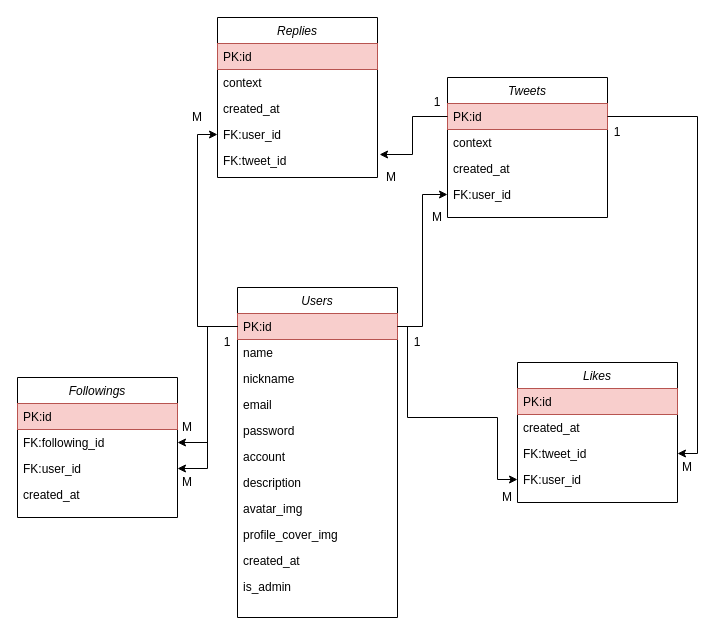
heidichen90/git-demo keeps this draw.io diagram as Twitter.drawio. Above is the earlier version. Source tidied: cells renumbered, new cells numbered last; positions are measured from the earlier drawing's top-left corner, leaving out a move shared by most shapes. Both pictures are drawn from the tidied source at 100%, with x=0, y=0 at pixel (17, 17).
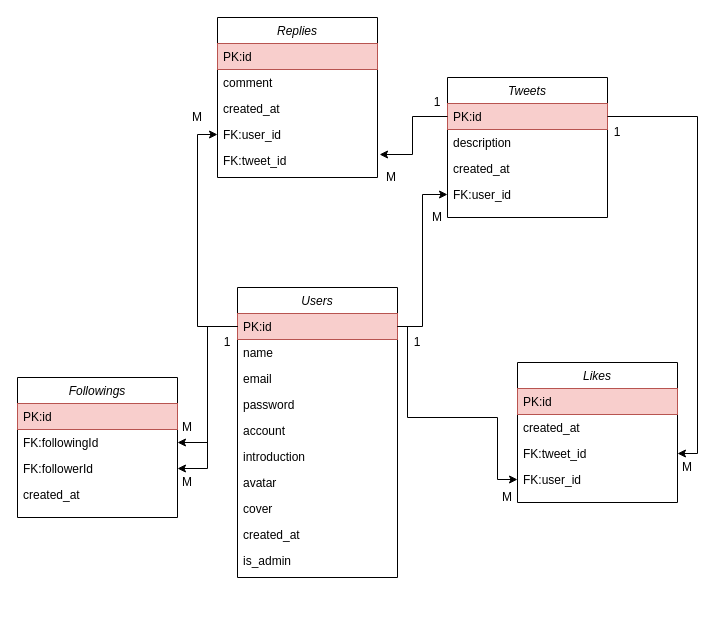
After the change.

Unchanged cells that the change refers to:
```xml
<mxCell id="2" value="Replies" style="swimlane;fontStyle=2;align=center;verticalAlign=top;horizontal=1;startSize=26;rounded=0;shadow=0;strokeWidth=1;fontColor=default;fillColor=default;strokeColor=default;" parent="1" vertex="1">
  <mxGeometry x="200" width="160" height="160" as="geometry" />
</mxCell>
<mxCell id="13" value="Tweets" style="swimlane;fontStyle=2;align=center;verticalAlign=top;horizontal=1;startSize=26;rounded=0;shadow=0;strokeWidth=1;fontColor=default;fillColor=default;strokeColor=default;" parent="1" vertex="1">
  <mxGeometry x="430" y="60" width="160" height="140" as="geometry" />
</mxCell>
<mxCell id="34" value="Followings" style="swimlane;fontStyle=2;align=center;verticalAlign=top;horizontal=1;startSize=26;rounded=0;shadow=0;strokeWidth=1;fontColor=default;fillColor=default;strokeColor=default;" parent="1" vertex="1">
  <mxGeometry y="360" width="160" height="140" as="geometry" />
</mxCell>
```

What changed in the source:
```diff
@@
-    <mxCell id="4" value="context" style="text;align=left;verticalAlign=top;spacingLeft=4;spacingRight=4;overflow=hidden;rounded=0;shadow=0;html=0;fontColor=default;" parent="2" vertex="1">
+    <mxCell id="4" value="comment" style="text;align=left;verticalAlign=top;spacingLeft=4;spacingRight=4;overflow=hidden;rounded=0;shadow=0;html=0;fontColor=default;" parent="2" vertex="1">
       <mxGeometry y="52" width="160" height="26" as="geometry" />
     </mxCell>
@@
-    <mxCell id="15" value="context" style="text;align=left;verticalAlign=top;spacingLeft=4;spacingRight=4;overflow=hidden;fontColor=default;" parent="13" vertex="1">
+    <mxCell id="15" value="description" style="text;align=left;verticalAlign=top;spacingLeft=4;spacingRight=4;overflow=hidden;fontColor=default;" parent="13" vertex="1">
       <mxGeometry y="52" width="160" height="26" as="geometry" />
     </mxCell>
@@
     <mxCell id="18" value="Users" style="swimlane;fontStyle=2;align=center;verticalAlign=top;horizontal=1;startSize=26;rounded=0;shadow=0;strokeWidth=1;fontColor=default;fillColor=default;strokeColor=default;" parent="1" vertex="1">
-      <mxGeometry x="220" y="270" width="160" height="330" as="geometry" />
+      <mxGeometry x="220" y="270" width="160" height="290" as="geometry" />
     </mxCell>
@@
-    <mxCell id="21" value="nickname" style="text;align=left;verticalAlign=top;spacingLeft=4;spacingRight=4;overflow=hidden;fontColor=default;" parent="18" vertex="1">
-      <mxGeometry y="78" width="160" height="26" as="geometry" />
-    </mxCell>
     <mxCell id="22" value="email" style="text;align=left;verticalAlign=top;spacingLeft=4;spacingRight=4;overflow=hidden;fontColor=default;" parent="18" vertex="1">
-      <mxGeometry y="104" width="160" height="26" as="geometry" />
+      <mxGeometry y="78" width="160" height="26" as="geometry" />
     </mxCell>
     <mxCell id="23" value="password" style="text;align=left;verticalAlign=top;spacingLeft=4;spacingRight=4;overflow=hidden;fontColor=default;" parent="18" vertex="1">
-      <mxGeometry y="130" width="160" height="26" as="geometry" />
+      <mxGeometry y="104" width="160" height="26" as="geometry" />
     </mxCell>
     <mxCell id="24" value="account" style="text;align=left;verticalAlign=top;spacingLeft=4;spacingRight=4;overflow=hidden;fontColor=default;" parent="18" vertex="1">
-      <mxGeometry y="156" width="160" height="26" as="geometry" />
+      <mxGeometry y="130" width="160" height="26" as="geometry" />
     </mxCell>
-    <mxCell id="25" value="description" style="text;align=left;verticalAlign=top;spacingLeft=4;spacingRight=4;overflow=hidden;fontColor=default;" parent="18" vertex="1">
-      <mxGeometry y="182" width="160" height="26" as="geometry" />
+    <mxCell id="25" value="introduction" style="text;align=left;verticalAlign=top;spacingLeft=4;spacingRight=4;overflow=hidden;fontColor=default;" parent="18" vertex="1">
+      <mxGeometry y="156" width="160" height="26" as="geometry" />
     </mxCell>
-    <mxCell id="26" value="avatar_img" style="text;align=left;verticalAlign=top;spacingLeft=4;spacingRight=4;overflow=hidden;fontColor=default;" parent="18" vertex="1">
-      <mxGeometry y="208" width="160" height="26" as="geometry" />
+    <mxCell id="26" value="avatar" style="text;align=left;verticalAlign=top;spacingLeft=4;spacingRight=4;overflow=hidden;fontColor=default;" parent="18" vertex="1">
+      <mxGeometry y="182" width="160" height="26" as="geometry" />
     </mxCell>
-    <mxCell id="27" value="profile_cover_img" style="text;align=left;verticalAlign=top;spacingLeft=4;spacingRight=4;overflow=hidden;fontColor=default;" parent="18" vertex="1">
-      <mxGeometry y="234" width="160" height="26" as="geometry" />
+    <mxCell id="27" value="cover" style="text;align=left;verticalAlign=top;spacingLeft=4;spacingRight=4;overflow=hidden;fontColor=default;" parent="18" vertex="1">
+      <mxGeometry y="208" width="160" height="26" as="geometry" />
     </mxCell>
     <mxCell id="28" value="created_at" style="text;align=left;verticalAlign=top;spacingLeft=4;spacingRight=4;overflow=hidden;fontColor=default;" parent="18" vertex="1">
-      <mxGeometry y="260" width="160" height="26" as="geometry" />
+      <mxGeometry y="234" width="160" height="26" as="geometry" />
     </mxCell>
     <mxCell id="29" value="is_admin" style="text;align=left;verticalAlign=top;spacingLeft=4;spacingRight=4;overflow=hidden;fontColor=default;" parent="18" vertex="1">
-      <mxGeometry y="286" width="160" height="26" as="geometry" />
+      <mxGeometry y="260" width="160" height="26" as="geometry" />
     </mxCell>
@@
-    <mxCell id="36" value="FK:following_id" style="text;align=left;verticalAlign=top;spacingLeft=4;spacingRight=4;overflow=hidden;points=[[0,0.5],[1,0.5]];portConstraint=eastwest;rounded=0;shadow=0;html=0;fontColor=default;" parent="34" vertex="1">
+    <mxCell id="36" value="FK:followingId" style="text;align=left;verticalAlign=top;spacingLeft=4;spacingRight=4;overflow=hidden;points=[[0,0.5],[1,0.5]];portConstraint=eastwest;rounded=0;shadow=0;html=0;fontColor=default;" parent="34" vertex="1">
       <mxGeometry y="52" width="160" height="26" as="geometry" />
     </mxCell>
-    <mxCell id="37" value="FK:user_id" style="text;align=left;verticalAlign=top;spacingLeft=4;spacingRight=4;overflow=hidden;points=[[0,0.5],[1,0.5]];portConstraint=eastwest;rounded=0;shadow=0;html=0;fontColor=default;" parent="34" vertex="1">
+    <mxCell id="37" value="FK:followerId" style="text;align=left;verticalAlign=top;spacingLeft=4;spacingRight=4;overflow=hidden;points=[[0,0.5],[1,0.5]];portConstraint=eastwest;rounded=0;shadow=0;html=0;fontColor=default;" parent="34" vertex="1">
       <mxGeometry y="78" width="160" height="26" as="geometry" />
     </mxCell>
```
